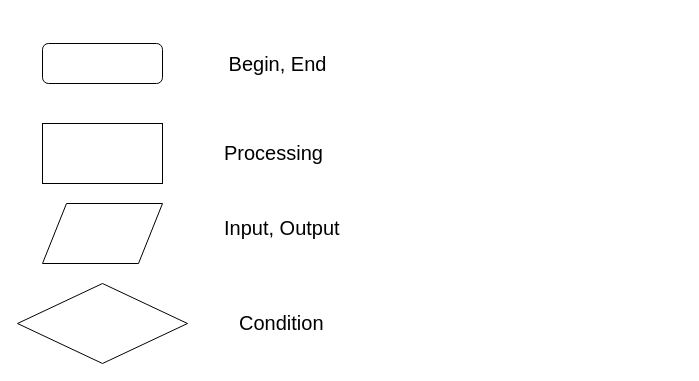
Before: firstif.drawio in Anirach/INE-Python, a draw.io diagram. Source tidied: cells renumbered, new cells numbered last; positions are measured from the earlier drawing's top-left corner, leaving out a move shared by most shapes. Both pictures are drawn from the tidied source at 100%, with x=0, y=0 at pixel (17, 43).
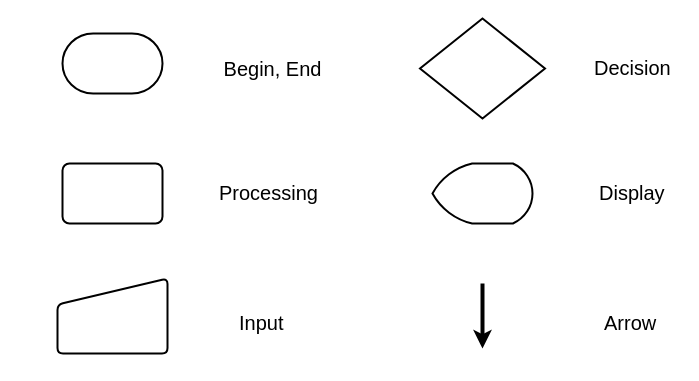
The same diagram, later.

Commit message:
Add Use Symbols

Diff of the diagram source:
```diff
@@
 <mxGraphModel>
   <root>
     <mxCell id="0" />
     <mxCell id="1" parent="0" />
-    <mxCell id="2" style="rounded=1;whiteSpace=wrap;html=1;" parent="1" vertex="1">
-      <mxGeometry x="25" width="120" height="40" as="geometry" />
-    </mxCell>
-    <mxCell id="3" style="rounded=0;whiteSpace=wrap;html=1;" parent="1" vertex="1">
-      <mxGeometry x="25" y="80" width="120" height="60" as="geometry" />
-    </mxCell>
-    <mxCell id="4" style="shape=parallelogram;perimeter=parallelogramPerimeter;whiteSpace=wrap;html=1;" parent="1" vertex="1">
-      <mxGeometry x="25" y="160" width="120" height="60" as="geometry" />
-    </mxCell>
-    <mxCell id="5" style="rhombus;whiteSpace=wrap;html=1;" parent="1" vertex="1">
-      <mxGeometry y="240" width="170" height="80" as="geometry" />
-    </mxCell>
     <mxCell id="6" value="Begin, End" style="text;html=1;align=center;verticalAlign=middle;fillColor=none;strokeColor=none;rounded=0;fontSize=20;" parent="1" vertex="1">
-      <mxGeometry x="225" y="10" width="70" height="20" as="geometry" />
+      <mxGeometry x="220" y="15" width="70" height="20" as="geometry" />
     </mxCell>
     <mxCell id="7" value="Processing" style="text;html=1;align=left;verticalAlign=top;spacingTop=-4;fontSize=20;" parent="1" vertex="1">
-      <mxGeometry x="205" y="95" width="110" height="30" as="geometry" />
+      <mxGeometry x="200" y="135" width="110" height="30" as="geometry" />
     </mxCell>
-    <mxCell id="8" value="Input, Output" style="text;html=1;align=left;verticalAlign=top;spacingTop=-4;fontSize=20;" parent="1" vertex="1">
-      <mxGeometry x="205" y="170" width="130" height="30" as="geometry" />
+    <mxCell id="8" value="Input" style="text;html=1;align=left;verticalAlign=top;spacingTop=-4;fontSize=20;" parent="1" vertex="1">
+      <mxGeometry x="220" y="265" width="60" height="30" as="geometry" />
     </mxCell>
-    <mxCell id="9" value="Condition" style="text;html=1;align=left;verticalAlign=top;spacingTop=-4;fontSize=20;" parent="1" vertex="1">
-      <mxGeometry x="220" y="265" width="100" height="30" as="geometry" />
+    <mxCell id="9" value="Decision" style="text;html=1;align=left;verticalAlign=top;spacingTop=-4;fontSize=20;" parent="1" vertex="1">
+      <mxGeometry x="575" y="10" width="90" height="30" as="geometry" />
     </mxCell>
+    <mxCell id="10" style="strokeWidth=2;html=1;shape=mxgraph.flowchart.terminator;whiteSpace=wrap;" parent="1" vertex="1">
+      <mxGeometry x="45" y="-10" width="100" height="60" as="geometry" />
+    </mxCell>
+    <mxCell id="11" style="rounded=1;whiteSpace=wrap;html=1;absoluteArcSize=1;arcSize=14;strokeWidth=2;" parent="1" vertex="1">
+      <mxGeometry x="45" y="120" width="100" height="60" as="geometry" />
+    </mxCell>
+    <mxCell id="12" style="verticalLabelPosition=bottom;verticalAlign=top;html=1;strokeWidth=2;shape=manualInput;whiteSpace=wrap;rounded=1;size=26;arcSize=11;" parent="1" vertex="1">
+      <mxGeometry x="40" y="235" width="110" height="75" as="geometry" />
+    </mxCell>
+    <mxCell id="13" style="strokeWidth=2;html=1;shape=mxgraph.flowchart.display;whiteSpace=wrap;" parent="1" vertex="1">
+      <mxGeometry x="415" y="120" width="100" height="60" as="geometry" />
+    </mxCell>
+    <mxCell id="14" value="Display" style="text;html=1;align=left;verticalAlign=top;spacingTop=-4;fontSize=20;" parent="1" vertex="1">
+      <mxGeometry x="580" y="135" width="80" height="30" as="geometry" />
+    </mxCell>
+    <mxCell id="15" style="strokeWidth=2;html=1;shape=mxgraph.flowchart.decision;whiteSpace=wrap;" parent="1" vertex="1">
+      <mxGeometry x="402.5" y="-25" width="125" height="100" as="geometry" />
+    </mxCell>
+    <mxCell id="16" style="endArrow=classic;html=1;strokeWidth=4;" parent="1" edge="1">
+      <mxGeometry relative="1" as="geometry">
+        <mxPoint x="465" y="240" as="sourcePoint" />
+        <mxPoint x="465" y="305" as="targetPoint" />
+      </mxGeometry>
+    </mxCell>
+    <mxCell id="17" value="Arrow" style="text;html=1;align=left;verticalAlign=top;spacingTop=-4;fontSize=20;" parent="1" vertex="1">
+      <mxGeometry x="585" y="265" width="70" height="30" as="geometry" />
+    </mxCell>
   </root>
 </mxGraphModel>
```
